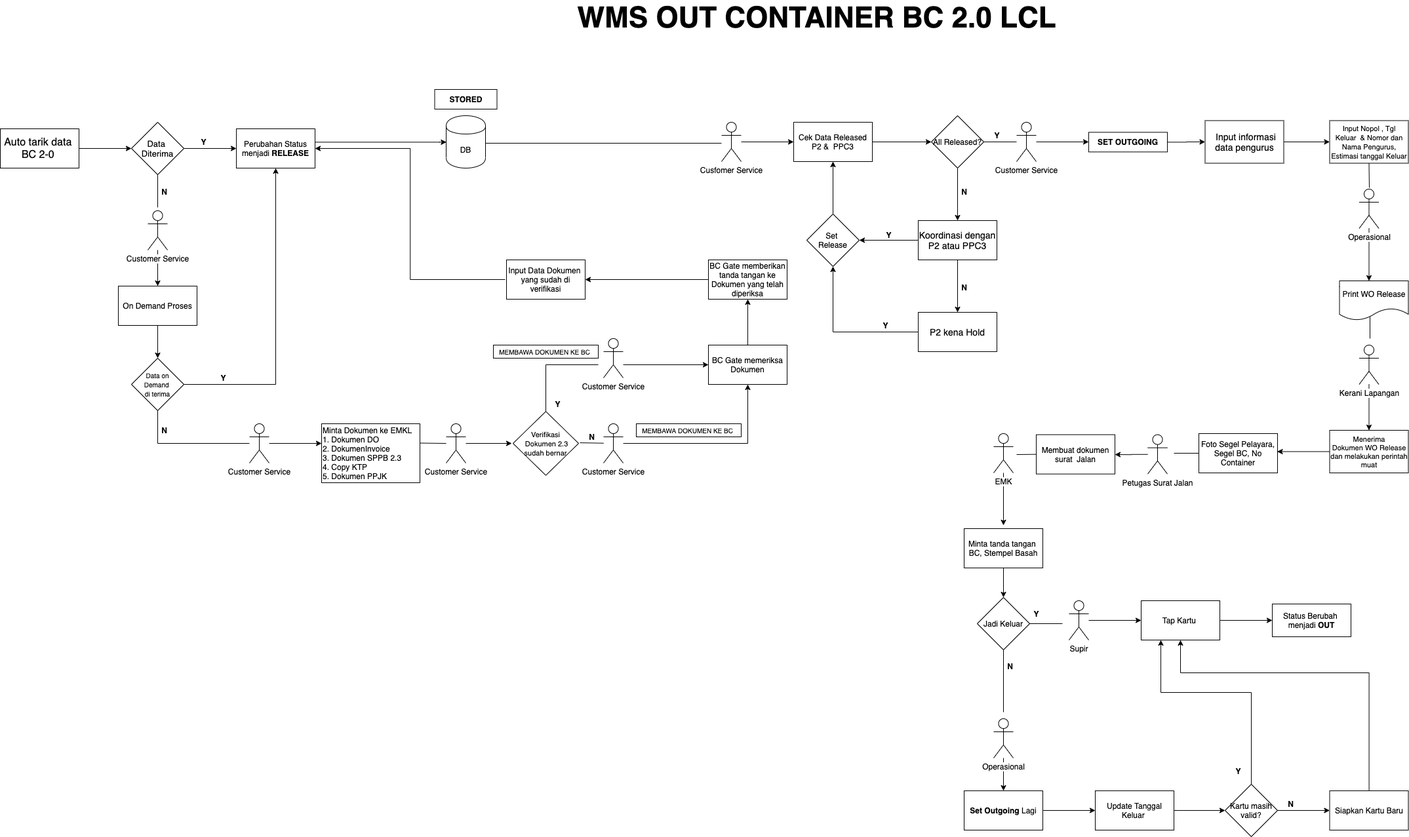
Before: img/lcl20.png, a diagram exported from draw.io (sftmm/User-Manual). Source tidied: cells renumbered, new cells last; positions are measured from the earlier drawing's top-left corner, leaving out a move shared by most shapes.
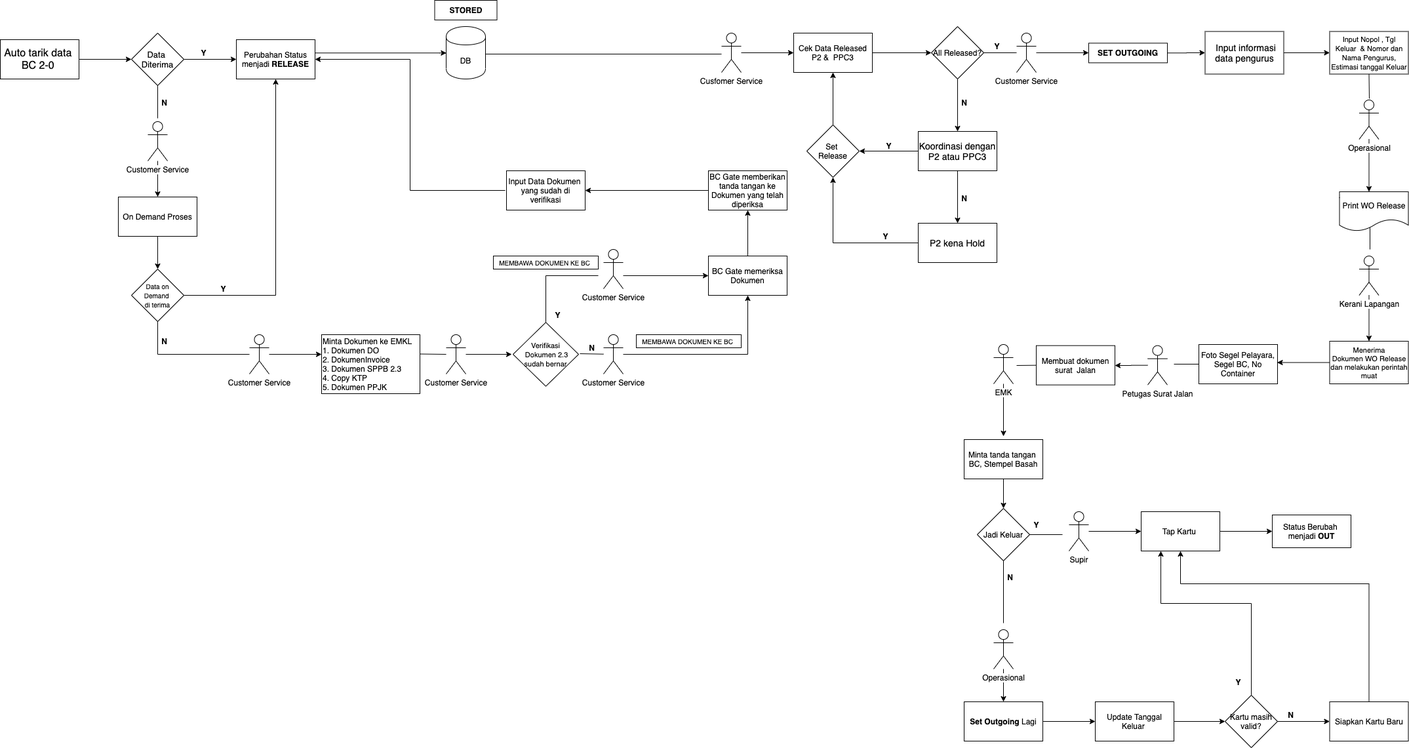
After the change.

What changed in the source:
```diff
@@ -252,9 +252,6 @@
     <mxCell id="69" value="Supir" style="shape=umlActor;verticalLabelPosition=bottom;labelBackgroundColor=#ffffff;verticalAlign=top;html=1;outlineConnect=0;" parent="1" vertex="1">
       <mxGeometry x="1630" y="910" width="30" height="60" as="geometry" />
     </mxCell>
-    <mxCell id="70" value="&lt;b&gt;&lt;font style=&quot;font-size: 44px&quot;&gt;WMS OUT CONTAINER BC 2.0 LCL&lt;/font&gt;&lt;/b&gt;" style="text;html=1;align=center;verticalAlign=middle;fontSize=23;" parent="1" vertex="1">
-      <mxGeometry x="870" width="750" height="40" as="geometry" />
-    </mxCell>
     <mxCell id="71" value="&lt;p class=&quot;MsoNormal&quot; align=&quot;center&quot;&gt;&lt;span style=&quot;font-size: 11px&quot;&gt;Input Nopol , Tgl Keluar&amp;nbsp; &amp;amp; Nomor dan Nama Pengurus, Estimasi tanggal Keluar&lt;/span&gt;&lt;br&gt;&lt;/p&gt;" style="rounded=0;whiteSpace=wrap;html=1;align=center;" parent="1" vertex="1">
       <mxGeometry x="2027.5" y="177.5" width="120" height="65" as="geometry" />
     </mxCell>
```
